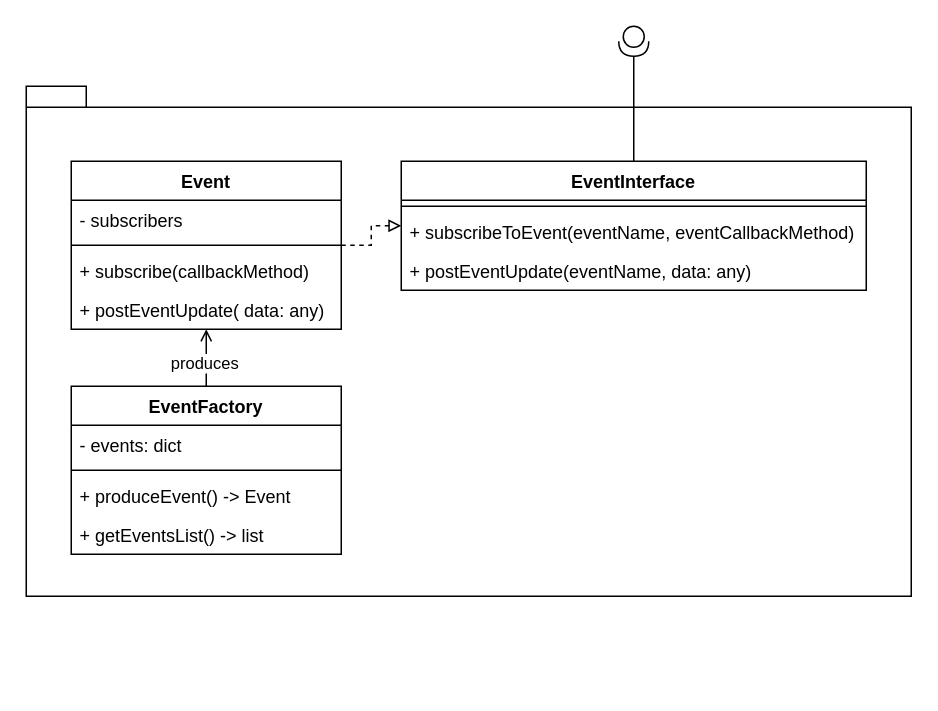
The draw.io diagram Events/Architecture/EventManager.drawio in Uhgtred/Robot_Remote_Control, before the edit. Source tidied: cells renumbered, new cells numbered last; positions are measured from the earlier drawing's top-left corner, leaving out a move shared by most shapes. Both pictures are drawn from the tidied source at 150%, with x=0, y=0 at pixel (26, 26).
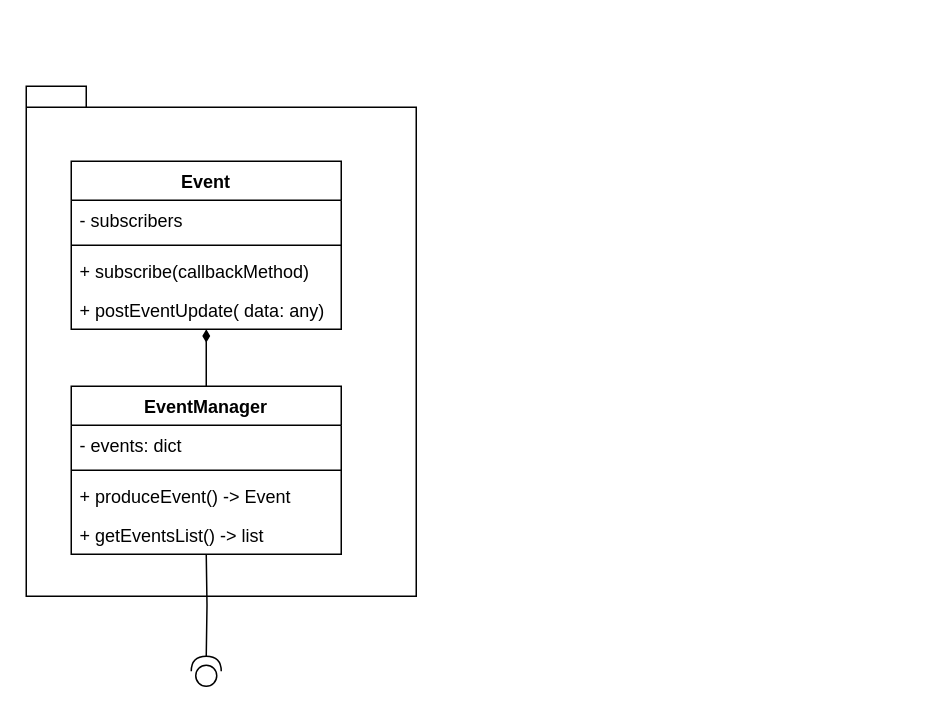
The same page after the edit.

Unchanged cells that the change refers to:
```xml
<mxCell id="4" value="Event" style="swimlane;fontStyle=1;align=center;verticalAlign=top;horizontal=1;startSize=26;" parent="1" vertex="1">
  <mxGeometry x="30" y="90" width="180" height="112" as="geometry" />
</mxCell>
```

What changed in the source:
```diff
@@
     <mxCell id="2" style="shape=folder;fontStyle=1;spacingTop=10;tabWidth=40;tabHeight=14;tabPosition=left;html=1;" parent="1" vertex="1">
-      <mxGeometry y="40" width="590" height="340" as="geometry" />
+      <mxGeometry y="40" width="260" height="340" as="geometry" />
     </mxCell>
-    <mxCell id="3" style="edgeStyle=orthogonalEdgeStyle;rounded=0;jettySize=auto;html=1;dashed=1;endArrow=block;endFill=0;" parent="1" edge="1" source="4" target="9">
-      <mxGeometry relative="1" as="geometry" />
-    </mxCell>
@@
-    <mxCell id="9" value="EventInterface" style="swimlane;fontStyle=1;align=center;verticalAlign=top;horizontal=1;startSize=26;" parent="1" vertex="1">
-      <mxGeometry x="250" y="90" width="310" height="86" as="geometry" />
-    </mxCell>
-    <mxCell id="10" style="line;strokeWidth=1;fillColor=none;align=left;verticalAlign=middle;spacingTop=-1;spacingLeft=3;spacingRight=3;labelPosition=right;strokeColor=inherit;" parent="9" vertex="1">
-      <mxGeometry y="26" width="310" height="8" as="geometry" />
-    </mxCell>
-    <mxCell id="11" value="+ subscribeToEvent(eventName, eventCallbackMethod)" style="text;strokeColor=none;fillColor=none;align=left;verticalAlign=top;spacingLeft=4;spacingRight=4;overflow=hidden;" parent="9" vertex="1">
-      <mxGeometry y="34" width="310" height="26" as="geometry" />
-    </mxCell>
-    <mxCell id="12" value="+ postEventUpdate(eventName, data: any)" style="text;strokeColor=none;fillColor=none;align=left;verticalAlign=top;spacingLeft=4;spacingRight=4;overflow=hidden;" parent="9" vertex="1">
-      <mxGeometry y="60" width="310" height="26" as="geometry" />
-    </mxCell>
-    <mxCell id="13" style="edgeStyle=orthogonalEdgeStyle;rounded=0;jettySize=auto;html=1;exitX=1;exitY=0.5;exitDx=0;exitDy=0;exitPerimeter=0;endArrow=none;endFill=0;" parent="1" edge="1" source="14" target="9">
+    <mxCell id="13" style="edgeStyle=orthogonalEdgeStyle;rounded=0;orthogonalLoop=1;jettySize=auto;html=1;exitX=1;exitY=0.5;exitDx=0;exitDy=0;exitPerimeter=0;endArrow=none;endFill=0;entryX=1;entryY=0.5;entryDx=0;entryDy=0;entryPerimeter=0;" parent="1" edge="1" source="14" target="14">
       <mxGeometry relative="1" as="geometry" />
     </mxCell>
+    <mxCell id="3" style="edgeStyle=orthogonalEdgeStyle;rounded=0;jettySize=auto;html=1;endArrow=none;endFill=0;" parent="1" edge="1" target="17">
+      <mxGeometry relative="1" as="geometry">
+        <mxPoint x="120" y="420" as="sourcePoint" />
+      </mxGeometry>
+    </mxCell>
-    <mxCell id="14" style="shape=providedRequiredInterface;html=1;verticalLabelPosition=bottom;sketch=0;rotation=90;" parent="1" vertex="1">
-      <mxGeometry x="395" width="20" height="20" as="geometry" />
+    <mxCell id="14" style="shape=providedRequiredInterface;html=1;verticalLabelPosition=bottom;sketch=0;rotation=-90;" parent="1" vertex="1">
+      <mxGeometry x="110" y="420" width="20" height="20" as="geometry" />
     </mxCell>
-    <mxCell id="15" style="edgeStyle=orthogonalEdgeStyle;rounded=0;jettySize=auto;html=1;endArrow=open;endFill=0;" parent="1" edge="1" source="17" target="4">
+    <mxCell id="15" style="edgeStyle=orthogonalEdgeStyle;rounded=0;jettySize=auto;html=1;endArrow=diamondThin;endFill=1;" parent="1" edge="1" source="17" target="4">
       <mxGeometry relative="1" as="geometry" />
     </mxCell>
-    <mxCell id="16" value="produces" style="edgeLabel;html=1;align=center;verticalAlign=middle;" parent="15" vertex="1">
-      <mxGeometry x="-0.23" y="2" relative="1" as="geometry" />
-    </mxCell>
-    <mxCell id="17" value="EventFactory" style="swimlane;fontStyle=1;align=center;verticalAlign=top;horizontal=1;startSize=26;" parent="1" vertex="1">
+    <mxCell id="17" value="EventManager" style="swimlane;fontStyle=1;align=center;verticalAlign=top;horizontal=1;startSize=26;" parent="1" vertex="1">
       <mxGeometry x="30" y="240" width="180" height="112" as="geometry" />
     </mxCell>
```
